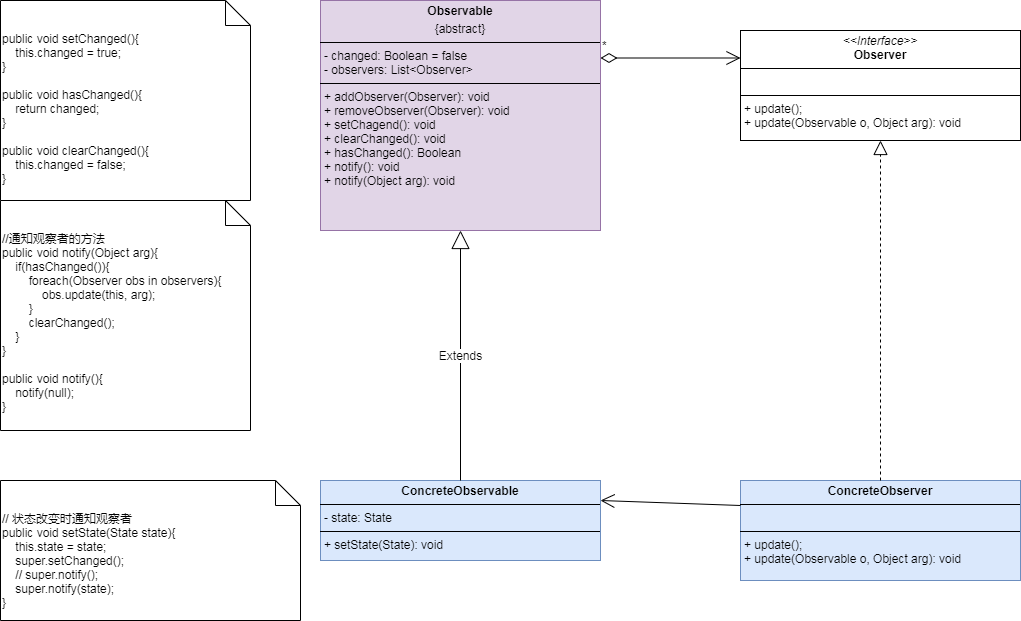
The draw.io diagram assets/pictures/design-patterns/Pattern-Observer.drawio.png in sustamp/sustamp.github.io, before a commit. Source tidied: cells renumbered, new cells last; positions are measured from the earlier drawing's top-left corner, leaving out a move shared by most shapes.
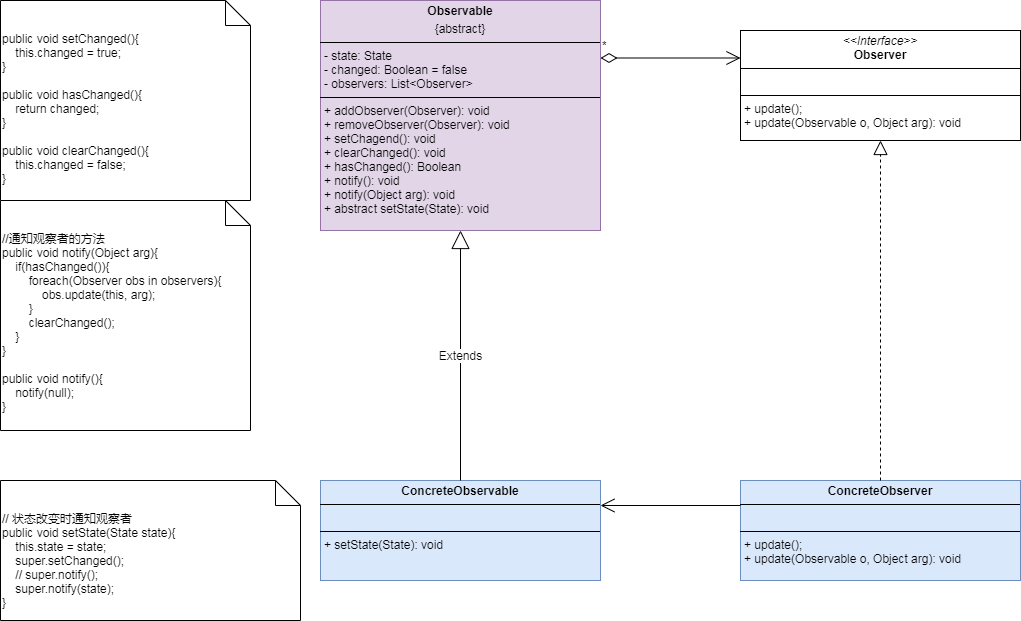
Later version of the same file.

Commit message:
上传设计模式类图-发布订阅模式

The edit, as a diff of the source:
```diff
@@ -2,11 +2,11 @@
   <root>
     <mxCell id="0" />
     <mxCell id="1" parent="0" />
-    <mxCell id="2" value="&lt;p style=&quot;margin:0px;margin-top:4px;text-align:center;&quot;&gt;&lt;b&gt;Observable&lt;/b&gt;&lt;/p&gt;&lt;p style=&quot;margin:0px;margin-top:4px;text-align:center;&quot;&gt;{abstract}&lt;/p&gt;&lt;hr size=&quot;1&quot; style=&quot;border-style:solid;&quot;&gt;&lt;p style=&quot;margin:0px;margin-left:4px;&quot;&gt;- changed: Boolean = false&lt;/p&gt;&lt;p style=&quot;margin:0px;margin-left:4px;&quot;&gt;- observers: List&amp;lt;Observer&amp;gt;&lt;/p&gt;&lt;hr size=&quot;1&quot; style=&quot;border-style:solid;&quot;&gt;&lt;p style=&quot;margin:0px;margin-left:4px;&quot;&gt;+ addObserver(Observer): void&lt;/p&gt;&lt;p style=&quot;margin:0px;margin-left:4px;&quot;&gt;+ removeObserver(Observer): void&lt;/p&gt;&lt;p style=&quot;margin:0px;margin-left:4px;&quot;&gt;+ setChagend(): void&lt;/p&gt;&lt;p style=&quot;margin:0px;margin-left:4px;&quot;&gt;+ clearChanged(): void&lt;/p&gt;&lt;p style=&quot;margin:0px;margin-left:4px;&quot;&gt;+ hasChanged(): Boolean&lt;/p&gt;&lt;p style=&quot;margin:0px;margin-left:4px;&quot;&gt;&lt;span style=&quot;background-color: initial;&quot;&gt;+&amp;nbsp;&lt;/span&gt;&lt;span style=&quot;background-color: initial;&quot;&gt;notify():&amp;nbsp;&lt;/span&gt;&lt;span style=&quot;background-color: initial;&quot;&gt;void&lt;/span&gt;&lt;/p&gt;&lt;p style=&quot;margin:0px;margin-left:4px;&quot;&gt;&lt;span style=&quot;background-color: initial;&quot;&gt;+ notify(Object arg): void&lt;/span&gt;&lt;/p&gt;" style="verticalAlign=top;align=left;overflow=fill;html=1;whiteSpace=wrap;fillColor=#e1d5e7;strokeColor=#9673a6;" parent="1" vertex="1">
+    <mxCell id="2" value="&lt;p style=&quot;margin:0px;margin-top:4px;text-align:center;&quot;&gt;&lt;b&gt;Observable&lt;/b&gt;&lt;/p&gt;&lt;p style=&quot;margin:0px;margin-top:4px;text-align:center;&quot;&gt;{abstract}&lt;/p&gt;&lt;hr size=&quot;1&quot; style=&quot;border-style:solid;&quot;&gt;&lt;p style=&quot;margin:0px;margin-left:4px;&quot;&gt;- state: State&lt;/p&gt;&lt;p style=&quot;margin:0px;margin-left:4px;&quot;&gt;- changed: Boolean = false&lt;/p&gt;&lt;p style=&quot;margin:0px;margin-left:4px;&quot;&gt;- observers: List&amp;lt;Observer&amp;gt;&lt;/p&gt;&lt;hr size=&quot;1&quot; style=&quot;border-style:solid;&quot;&gt;&lt;p style=&quot;margin:0px;margin-left:4px;&quot;&gt;+ addObserver(Observer): void&lt;/p&gt;&lt;p style=&quot;margin:0px;margin-left:4px;&quot;&gt;+ removeObserver(Observer): void&lt;/p&gt;&lt;p style=&quot;margin:0px;margin-left:4px;&quot;&gt;+ setChagend(): void&lt;/p&gt;&lt;p style=&quot;margin:0px;margin-left:4px;&quot;&gt;+ clearChanged(): void&lt;/p&gt;&lt;p style=&quot;margin:0px;margin-left:4px;&quot;&gt;+ hasChanged(): Boolean&lt;/p&gt;&lt;p style=&quot;margin:0px;margin-left:4px;&quot;&gt;&lt;span style=&quot;background-color: initial;&quot;&gt;+&amp;nbsp;&lt;/span&gt;&lt;span style=&quot;background-color: initial;&quot;&gt;notify():&amp;nbsp;&lt;/span&gt;&lt;span style=&quot;background-color: initial;&quot;&gt;void&lt;/span&gt;&lt;/p&gt;&lt;p style=&quot;margin:0px;margin-left:4px;&quot;&gt;&lt;span style=&quot;background-color: initial;&quot;&gt;+ notify(Object arg): void&lt;/span&gt;&lt;/p&gt;&lt;p style=&quot;margin:0px;margin-left:4px;&quot;&gt;&lt;span style=&quot;background-color: initial;&quot;&gt;+ abstract setState(State): void&lt;/span&gt;&lt;/p&gt;" style="verticalAlign=top;align=left;overflow=fill;html=1;whiteSpace=wrap;fillColor=#e1d5e7;strokeColor=#9673a6;" parent="1" vertex="1">
       <mxGeometry x="320" width="280" height="230" as="geometry" />
     </mxCell>
-    <mxCell id="3" value="&lt;p style=&quot;margin:0px;margin-top:4px;text-align:center;&quot;&gt;&lt;b&gt;ConcreteObservable&lt;/b&gt;&lt;/p&gt;&lt;hr size=&quot;1&quot; style=&quot;border-style:solid;&quot;&gt;&lt;p style=&quot;margin:0px;margin-left:4px;&quot;&gt;- state: State&lt;/p&gt;&lt;hr size=&quot;1&quot; style=&quot;border-style:solid;&quot;&gt;&lt;p style=&quot;margin:0px;margin-left:4px;&quot;&gt;+ setState(State): void&lt;/p&gt;" style="verticalAlign=top;align=left;overflow=fill;html=1;whiteSpace=wrap;fillColor=#dae8fc;strokeColor=#6c8ebf;" parent="1" vertex="1">
-      <mxGeometry x="320" y="480" width="280" height="80" as="geometry" />
+    <mxCell id="3" value="&lt;p style=&quot;margin:0px;margin-top:4px;text-align:center;&quot;&gt;&lt;b&gt;ConcreteObservable&lt;/b&gt;&lt;/p&gt;&lt;hr size=&quot;1&quot; style=&quot;border-style:solid;&quot;&gt;&lt;p style=&quot;margin:0px;margin-left:4px;&quot;&gt;&lt;br&gt;&lt;/p&gt;&lt;hr size=&quot;1&quot; style=&quot;border-style:solid;&quot;&gt;&lt;p style=&quot;margin:0px;margin-left:4px;&quot;&gt;+ setState(State): void&lt;/p&gt;" style="verticalAlign=top;align=left;overflow=fill;html=1;whiteSpace=wrap;fillColor=#dae8fc;strokeColor=#6c8ebf;" parent="1" vertex="1">
+      <mxGeometry x="320" y="480" width="280" height="100" as="geometry" />
     </mxCell>
     <mxCell id="4" value="&lt;div&gt;//通知观察者的方法&lt;/div&gt;public void notify(Object arg){&lt;div&gt;&amp;nbsp; &amp;nbsp; if(hasChanged()){&lt;/div&gt;&lt;div&gt;&amp;nbsp; &amp;nbsp; &amp;nbsp; &amp;nbsp; foreach(Observer obs in observers){&lt;/div&gt;&lt;div&gt;&amp;nbsp; &amp;nbsp; &amp;nbsp; &amp;nbsp; &amp;nbsp; &amp;nbsp; obs.update(this, arg);&lt;/div&gt;&lt;div&gt;&amp;nbsp; &amp;nbsp; &amp;nbsp; &amp;nbsp; }&lt;/div&gt;&lt;div&gt;&amp;nbsp; &amp;nbsp; &amp;nbsp; &amp;nbsp; clearChanged();&lt;/div&gt;&lt;div&gt;&amp;nbsp; &amp;nbsp; }&lt;br&gt;&lt;div&gt;&lt;div&gt;}&lt;/div&gt;&lt;/div&gt;&lt;/div&gt;&lt;div&gt;&lt;br&gt;&lt;/div&gt;&lt;div&gt;public void notify(){&lt;/div&gt;&lt;div&gt;&amp;nbsp; &amp;nbsp; notify(null);&lt;/div&gt;&lt;div&gt;}&lt;/div&gt;" style="shape=note2;boundedLbl=1;whiteSpace=wrap;html=1;size=25;verticalAlign=top;align=left;" parent="1" vertex="1">
       <mxGeometry y="200" width="250" height="230" as="geometry" />
```
